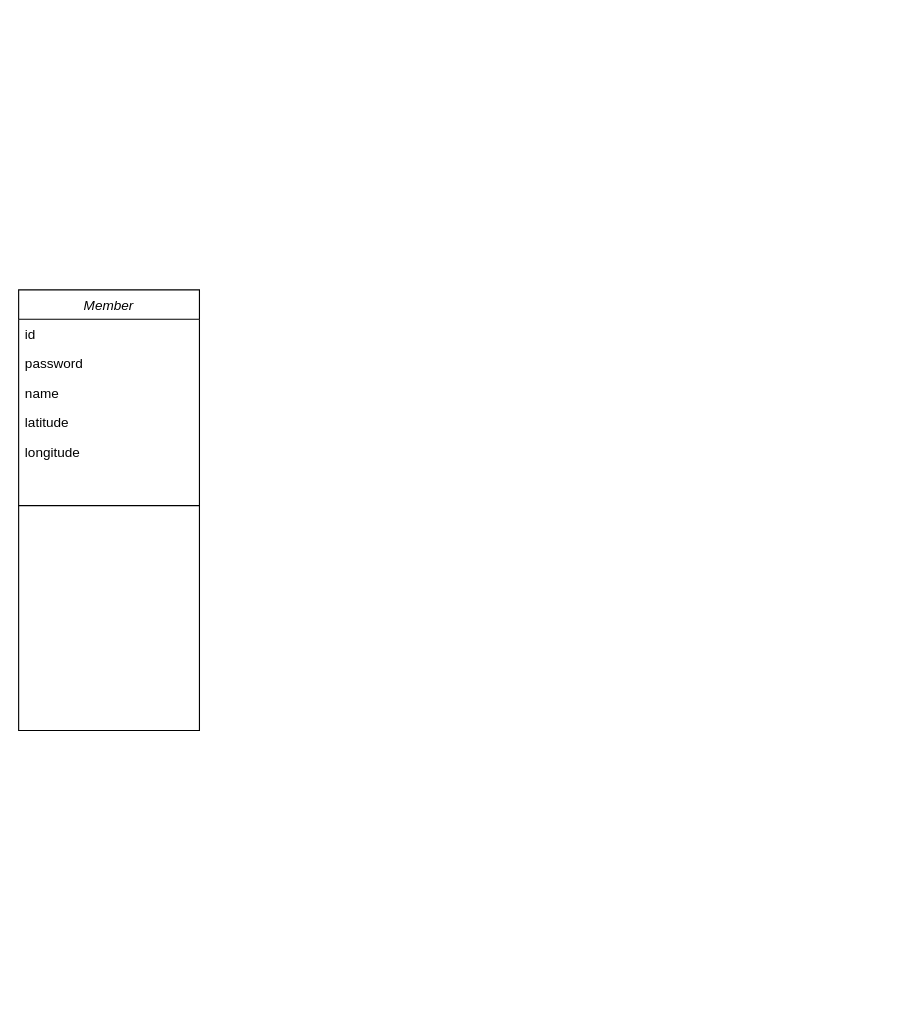
LimHyeji/Trip_YouthBath keeps this draw.io diagram as diagram/class/EnjoyTrip.drawio. Above is the earlier version. Source tidied: cells renumbered, new cells numbered last; positions are measured from the earlier drawing's top-left corner, leaving out a move shared by most shapes. Both pictures are drawn from the tidied source at 113%, with x=0, y=0 at pixel (18, 289).
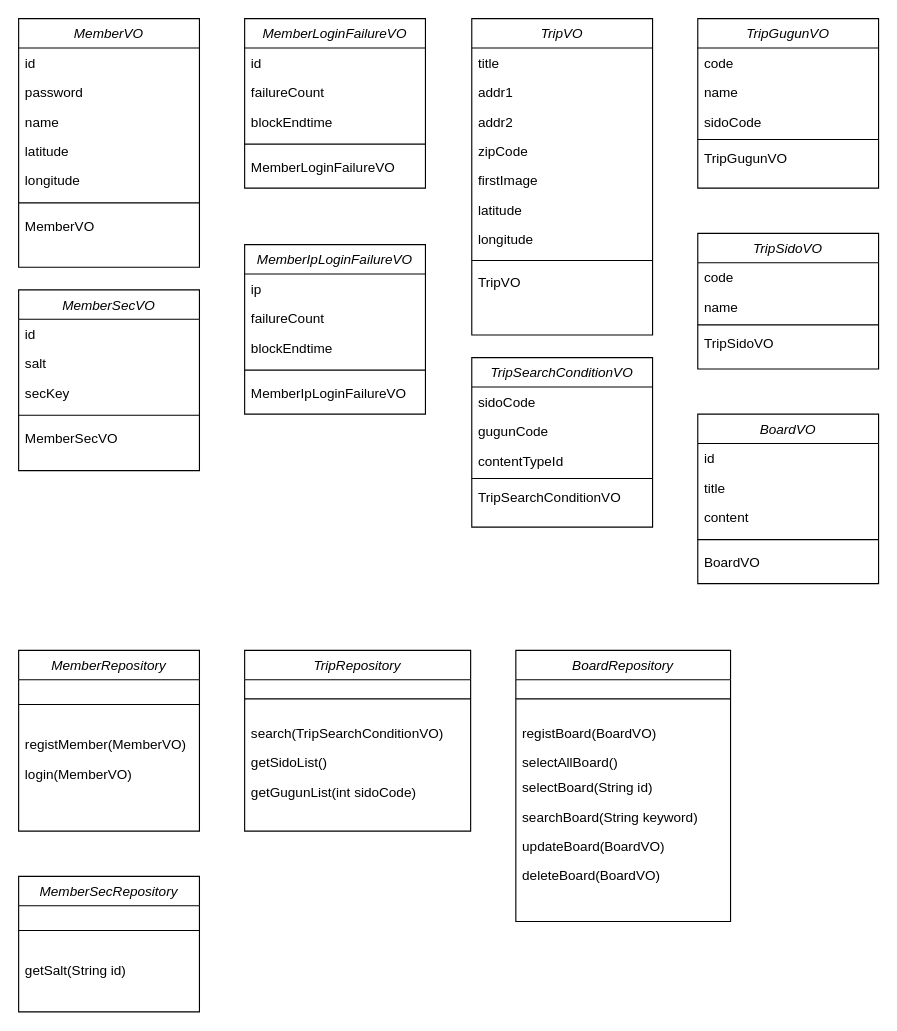
Above is the later version.

Diff of the diagram source:
```diff
@@
-    <mxCell id="2" value="Member" style="swimlane;fontStyle=2;align=center;verticalAlign=top;horizontal=1;startSize=26;rounded=0;shadow=0;strokeWidth=1;" parent="1" vertex="1">
-      <mxGeometry width="160" height="390" as="geometry" />
+    <mxCell id="2" value="MemberSecVO" style="swimlane;fontStyle=2;align=center;verticalAlign=top;horizontal=1;startSize=26;rounded=0;shadow=0;strokeWidth=1;" parent="1" vertex="1">
+      <mxGeometry width="160" height="160" as="geometry" />
     </mxCell>
@@
-    <mxCell id="4" value="password" style="text;align=left;verticalAlign=top;spacingLeft=4;spacingRight=4;overflow=hidden;rounded=0;shadow=0;html=0;" parent="2" vertex="1">
+    <mxCell id="4" value="salt" style="text;align=left;verticalAlign=top;spacingLeft=4;spacingRight=4;overflow=hidden;rounded=0;shadow=0;html=0;" parent="2" vertex="1">
       <mxGeometry y="52" width="160" height="26" as="geometry" />
     </mxCell>
-    <mxCell id="5" value="name" style="text;align=left;verticalAlign=top;spacingLeft=4;spacingRight=4;overflow=hidden;rounded=0;shadow=0;html=0;" parent="2" vertex="1">
+    <mxCell id="5" value="secKey" style="text;align=left;verticalAlign=top;spacingLeft=4;spacingRight=4;overflow=hidden;rounded=0;shadow=0;html=0;" parent="2" vertex="1">
       <mxGeometry y="78" width="160" height="26" as="geometry" />
     </mxCell>
+    <mxCell id="8" style="line;html=1;strokeWidth=1;align=left;verticalAlign=middle;spacingTop=-1;spacingLeft=3;spacingRight=3;labelPosition=right;" parent="2" vertex="1">
+      <mxGeometry y="104" width="160" height="14" as="geometry" />
+    </mxCell>
+    <mxCell id="9" value="MemberSecVO" style="text;align=left;verticalAlign=top;spacingLeft=4;spacingRight=4;overflow=hidden;rounded=0;shadow=0;html=0;" parent="2" vertex="1">
+      <mxGeometry y="118" width="160" height="26" as="geometry" />
+    </mxCell>
+    <mxCell id="10" value="TripVO" style="swimlane;fontStyle=2;align=center;verticalAlign=top;horizontal=1;startSize=26;rounded=0;shadow=0;strokeWidth=1;" parent="1" vertex="1">
+      <mxGeometry x="401" y="-240" width="160" height="280" as="geometry" />
+    </mxCell>
+    <mxCell id="11" value="title" style="text;align=left;verticalAlign=top;spacingLeft=4;spacingRight=4;overflow=hidden;" parent="10" vertex="1">
+      <mxGeometry y="26" width="160" height="26" as="geometry" />
+    </mxCell>
+    <mxCell id="12" value="addr1" style="text;align=left;verticalAlign=top;spacingLeft=4;spacingRight=4;overflow=hidden;rounded=0;shadow=0;html=0;" parent="10" vertex="1">
+      <mxGeometry y="52" width="160" height="26" as="geometry" />
+    </mxCell>
+    <mxCell id="13" value="addr2" style="text;align=left;verticalAlign=top;spacingLeft=4;spacingRight=4;overflow=hidden;rounded=0;shadow=0;html=0;" parent="10" vertex="1">
+      <mxGeometry y="78" width="160" height="26" as="geometry" />
+    </mxCell>
+    <mxCell id="14" value="zipCode" style="text;align=left;verticalAlign=top;spacingLeft=4;spacingRight=4;overflow=hidden;rounded=0;shadow=0;html=0;fontStyle=0;" parent="10" vertex="1">
+      <mxGeometry y="104" width="160" height="26" as="geometry" />
+    </mxCell>
+    <mxCell id="15" value="firstImage" style="text;align=left;verticalAlign=top;spacingLeft=4;spacingRight=4;overflow=hidden;rounded=0;shadow=0;html=0;fontStyle=0;" parent="10" vertex="1">
+      <mxGeometry y="130" width="160" height="26" as="geometry" />
+    </mxCell>
+    <mxCell id="16" value="latitude" style="text;align=left;verticalAlign=top;spacingLeft=4;spacingRight=4;overflow=hidden;rounded=0;shadow=0;html=0;" parent="10" vertex="1">
+      <mxGeometry y="156" width="160" height="26" as="geometry" />
+    </mxCell>
+    <mxCell id="17" value="longitude" style="text;align=left;verticalAlign=top;spacingLeft=4;spacingRight=4;overflow=hidden;rounded=0;shadow=0;html=0;fontStyle=0;" parent="10" vertex="1">
+      <mxGeometry y="182" width="160" height="26" as="geometry" />
+    </mxCell>
+    <mxCell id="18" style="line;html=1;strokeWidth=1;align=left;verticalAlign=middle;spacingTop=-1;spacingLeft=3;spacingRight=3;labelPosition=right;" parent="10" vertex="1">
+      <mxGeometry y="208" width="160" height="12" as="geometry" />
+    </mxCell>
+    <mxCell id="19" value="TripVO" style="text;align=left;verticalAlign=top;spacingLeft=4;spacingRight=4;overflow=hidden;rounded=0;shadow=0;html=0;fontStyle=0;" parent="10" vertex="1">
+      <mxGeometry y="220" width="160" height="26" as="geometry" />
+    </mxCell>
+    <mxCell id="20" value="BoardVO" style="swimlane;fontStyle=2;align=center;verticalAlign=top;horizontal=1;startSize=26;rounded=0;shadow=0;strokeWidth=1;" parent="1" vertex="1">
+      <mxGeometry x="601" y="110" width="160" height="150" as="geometry" />
+    </mxCell>
+    <mxCell id="21" value="id" style="text;align=left;verticalAlign=top;spacingLeft=4;spacingRight=4;overflow=hidden;" parent="20" vertex="1">
+      <mxGeometry y="26" width="160" height="26" as="geometry" />
+    </mxCell>
+    <mxCell id="22" value="title" style="text;align=left;verticalAlign=top;spacingLeft=4;spacingRight=4;overflow=hidden;rounded=0;shadow=0;html=0;" parent="20" vertex="1">
+      <mxGeometry y="52" width="160" height="26" as="geometry" />
+    </mxCell>
+    <mxCell id="23" value="content" style="text;align=left;verticalAlign=top;spacingLeft=4;spacingRight=4;overflow=hidden;rounded=0;shadow=0;html=0;" parent="20" vertex="1">
+      <mxGeometry y="78" width="160" height="26" as="geometry" />
+    </mxCell>
+    <mxCell id="24" style="line;html=1;strokeWidth=1;align=left;verticalAlign=middle;spacingTop=-1;spacingLeft=3;spacingRight=3;labelPosition=right;" parent="20" vertex="1">
+      <mxGeometry y="104" width="160" height="14" as="geometry" />
+    </mxCell>
+    <mxCell id="25" value="BoardVO" style="text;align=left;verticalAlign=top;spacingLeft=4;spacingRight=4;overflow=hidden;rounded=0;shadow=0;html=0;" parent="20" vertex="1">
+      <mxGeometry y="118" width="160" height="26" as="geometry" />
+    </mxCell>
+    <mxCell id="26" value="MemberRepository" style="swimlane;fontStyle=2;align=center;verticalAlign=top;horizontal=1;startSize=26;rounded=0;shadow=0;strokeWidth=1;" parent="1" vertex="1">
+      <mxGeometry y="319" width="160" height="160" as="geometry" />
+    </mxCell>
+    <mxCell id="27" style="line;html=1;strokeWidth=1;align=left;verticalAlign=middle;spacingTop=-1;spacingLeft=3;spacingRight=3;labelPosition=right;" parent="26" vertex="1">
+      <mxGeometry y="26" width="160" height="44" as="geometry" />
+    </mxCell>
+    <mxCell id="28" value="registMember(MemberVO)" style="text;align=left;verticalAlign=top;spacingLeft=4;spacingRight=4;overflow=hidden;" parent="26" vertex="1">
+      <mxGeometry y="70" width="160" height="26" as="geometry" />
+    </mxCell>
+    <mxCell id="29" value="login(MemberVO)" style="text;align=left;verticalAlign=top;spacingLeft=4;spacingRight=4;overflow=hidden;" parent="26" vertex="1">
+      <mxGeometry y="96" width="160" height="26" as="geometry" />
+    </mxCell>
+    <mxCell id="30" value="TripRepository" style="swimlane;fontStyle=2;align=center;verticalAlign=top;horizontal=1;startSize=26;rounded=0;shadow=0;strokeWidth=1;" parent="1" vertex="1">
+      <mxGeometry x="200" y="319" width="200" height="160" as="geometry" />
+    </mxCell>
+    <mxCell id="31" style="line;html=1;strokeWidth=1;align=left;verticalAlign=middle;spacingTop=-1;spacingLeft=3;spacingRight=3;labelPosition=right;" parent="30" vertex="1">
+      <mxGeometry y="26" width="200" height="34" as="geometry" />
+    </mxCell>
+    <mxCell id="32" value="search(TripSearchConditionVO)" style="text;align=left;verticalAlign=top;spacingLeft=4;spacingRight=4;overflow=hidden;" parent="30" vertex="1">
+      <mxGeometry y="60" width="200" height="26" as="geometry" />
+    </mxCell>
+    <mxCell id="33" value="getSidoList()" style="text;align=left;verticalAlign=top;spacingLeft=4;spacingRight=4;overflow=hidden;" parent="30" vertex="1">
+      <mxGeometry y="86" width="200" height="26" as="geometry" />
+    </mxCell>
+    <mxCell id="34" value="getGugunList(int sidoCode)" style="text;align=left;verticalAlign=top;spacingLeft=4;spacingRight=4;overflow=hidden;" parent="30" vertex="1">
+      <mxGeometry y="112" width="200" height="26" as="geometry" />
+    </mxCell>
+    <mxCell id="35" value="BoardRepository" style="swimlane;fontStyle=2;align=center;verticalAlign=top;horizontal=1;startSize=26;rounded=0;shadow=0;strokeWidth=1;" parent="1" vertex="1">
+      <mxGeometry x="440" y="319" width="190" height="240" as="geometry" />
+    </mxCell>
+    <mxCell id="36" style="line;html=1;strokeWidth=1;align=left;verticalAlign=middle;spacingTop=-1;spacingLeft=3;spacingRight=3;labelPosition=right;" parent="35" vertex="1">
+      <mxGeometry y="26" width="190" height="34" as="geometry" />
+    </mxCell>
+    <mxCell id="37" value="registBoard(BoardVO)" style="text;align=left;verticalAlign=top;spacingLeft=4;spacingRight=4;overflow=hidden;" parent="35" vertex="1">
+      <mxGeometry y="60" width="190" height="26" as="geometry" />
+    </mxCell>
+    <mxCell id="38" value="selectAllBoard()" style="text;align=left;verticalAlign=top;spacingLeft=4;spacingRight=4;overflow=hidden;" parent="35" vertex="1">
+      <mxGeometry y="86" width="190" height="22" as="geometry" />
+    </mxCell>
+    <mxCell id="39" value="selectBoard(String id)" style="text;align=left;verticalAlign=top;spacingLeft=4;spacingRight=4;overflow=hidden;" parent="35" vertex="1">
+      <mxGeometry y="108" width="190" height="26" as="geometry" />
+    </mxCell>
+    <mxCell id="40" value="searchBoard(String keyword)" style="text;align=left;verticalAlign=top;spacingLeft=4;spacingRight=4;overflow=hidden;" parent="35" vertex="1">
+      <mxGeometry y="134" width="190" height="26" as="geometry" />
+    </mxCell>
+    <mxCell id="41" value="updateBoard(BoardVO)" style="text;align=left;verticalAlign=top;spacingLeft=4;spacingRight=4;overflow=hidden;" parent="35" vertex="1">
+      <mxGeometry y="160" width="190" height="26" as="geometry" />
+    </mxCell>
+    <mxCell id="42" value="deleteBoard(BoardVO)" style="text;align=left;verticalAlign=top;spacingLeft=4;spacingRight=4;overflow=hidden;" parent="35" vertex="1">
+      <mxGeometry y="186" width="190" height="22" as="geometry" />
+    </mxCell>
+    <mxCell id="43" value="TripSearchConditionVO" style="swimlane;fontStyle=2;align=center;verticalAlign=top;horizontal=1;startSize=26;rounded=0;shadow=0;strokeWidth=1;" parent="1" vertex="1">
+      <mxGeometry x="401" y="60" width="160" height="150" as="geometry" />
+    </mxCell>
+    <mxCell id="44" value="sidoCode" style="text;align=left;verticalAlign=top;spacingLeft=4;spacingRight=4;overflow=hidden;" parent="43" vertex="1">
+      <mxGeometry y="26" width="160" height="26" as="geometry" />
+    </mxCell>
+    <mxCell id="45" value="gugunCode" style="text;align=left;verticalAlign=top;spacingLeft=4;spacingRight=4;overflow=hidden;rounded=0;shadow=0;html=0;" parent="43" vertex="1">
+      <mxGeometry y="52" width="160" height="26" as="geometry" />
+    </mxCell>
+    <mxCell id="46" value="contentTypeId" style="text;align=left;verticalAlign=top;spacingLeft=4;spacingRight=4;overflow=hidden;rounded=0;shadow=0;html=0;" parent="43" vertex="1">
+      <mxGeometry y="78" width="160" height="26" as="geometry" />
+    </mxCell>
+    <mxCell id="47" style="line;html=1;strokeWidth=1;align=left;verticalAlign=middle;spacingTop=-1;spacingLeft=3;spacingRight=3;labelPosition=right;" parent="43" vertex="1">
+      <mxGeometry y="104" width="160" height="6" as="geometry" />
+    </mxCell>
+    <mxCell id="48" value="TripSearchConditionVO" style="text;align=left;verticalAlign=top;spacingLeft=4;spacingRight=4;overflow=hidden;rounded=0;shadow=0;html=0;" parent="43" vertex="1">
+      <mxGeometry y="110" width="160" height="26" as="geometry" />
+    </mxCell>
+    <mxCell id="49" value="TripGugunVO" style="swimlane;fontStyle=2;align=center;verticalAlign=top;horizontal=1;startSize=26;rounded=0;shadow=0;strokeWidth=1;" parent="1" vertex="1">
+      <mxGeometry x="601" y="-240" width="160" height="150" as="geometry" />
+    </mxCell>
+    <mxCell id="50" value="code" style="text;align=left;verticalAlign=top;spacingLeft=4;spacingRight=4;overflow=hidden;" parent="49" vertex="1">
+      <mxGeometry y="26" width="160" height="26" as="geometry" />
+    </mxCell>
+    <mxCell id="51" value="name" style="text;align=left;verticalAlign=top;spacingLeft=4;spacingRight=4;overflow=hidden;rounded=0;shadow=0;html=0;" parent="49" vertex="1">
+      <mxGeometry y="52" width="160" height="26" as="geometry" />
+    </mxCell>
+    <mxCell id="52" value="sidoCode" style="text;align=left;verticalAlign=top;spacingLeft=4;spacingRight=4;overflow=hidden;rounded=0;shadow=0;html=0;" parent="49" vertex="1">
+      <mxGeometry y="78" width="160" height="26" as="geometry" />
+    </mxCell>
+    <mxCell id="53" style="line;html=1;strokeWidth=1;align=left;verticalAlign=middle;spacingTop=-1;spacingLeft=3;spacingRight=3;labelPosition=right;" parent="49" vertex="1">
+      <mxGeometry y="104" width="160" height="6" as="geometry" />
+    </mxCell>
+    <mxCell id="54" value="TripGugunVO" style="text;align=left;verticalAlign=top;spacingLeft=4;spacingRight=4;overflow=hidden;rounded=0;shadow=0;html=0;" parent="49" vertex="1">
+      <mxGeometry y="110" width="160" height="26" as="geometry" />
+    </mxCell>
+    <mxCell id="55" value="TripSidoVO" style="swimlane;fontStyle=2;align=center;verticalAlign=top;horizontal=1;startSize=26;rounded=0;shadow=0;strokeWidth=1;" parent="1" vertex="1">
+      <mxGeometry x="601" y="-50" width="160" height="120" as="geometry" />
+    </mxCell>
+    <mxCell id="56" value="code" style="text;align=left;verticalAlign=top;spacingLeft=4;spacingRight=4;overflow=hidden;" parent="55" vertex="1">
+      <mxGeometry y="26" width="160" height="26" as="geometry" />
+    </mxCell>
+    <mxCell id="57" value="name" style="text;align=left;verticalAlign=top;spacingLeft=4;spacingRight=4;overflow=hidden;rounded=0;shadow=0;html=0;" parent="55" vertex="1">
+      <mxGeometry y="52" width="160" height="26" as="geometry" />
+    </mxCell>
+    <mxCell id="58" style="line;html=1;strokeWidth=1;align=left;verticalAlign=middle;spacingTop=-1;spacingLeft=3;spacingRight=3;labelPosition=right;" parent="55" vertex="1">
+      <mxGeometry y="78" width="160" height="6" as="geometry" />
+    </mxCell>
+    <mxCell id="59" value="TripSidoVO" style="text;align=left;verticalAlign=top;spacingLeft=4;spacingRight=4;overflow=hidden;rounded=0;shadow=0;html=0;" parent="55" vertex="1">
+      <mxGeometry y="84" width="160" height="26" as="geometry" />
+    </mxCell>
+    <mxCell id="60" value="MemberVO" style="swimlane;fontStyle=2;align=center;verticalAlign=top;horizontal=1;startSize=26;rounded=0;shadow=0;strokeWidth=1;" parent="1" vertex="1">
+      <mxGeometry y="-240" width="160" height="220" as="geometry" />
+    </mxCell>
+    <mxCell id="61" value="id" style="text;align=left;verticalAlign=top;spacingLeft=4;spacingRight=4;overflow=hidden;" parent="60" vertex="1">
+      <mxGeometry y="26" width="160" height="26" as="geometry" />
+    </mxCell>
+    <mxCell id="62" value="password" style="text;align=left;verticalAlign=top;spacingLeft=4;spacingRight=4;overflow=hidden;rounded=0;shadow=0;html=0;" parent="60" vertex="1">
+      <mxGeometry y="52" width="160" height="26" as="geometry" />
+    </mxCell>
+    <mxCell id="63" value="name" style="text;align=left;verticalAlign=top;spacingLeft=4;spacingRight=4;overflow=hidden;rounded=0;shadow=0;html=0;" parent="60" vertex="1">
+      <mxGeometry y="78" width="160" height="26" as="geometry" />
+    </mxCell>
-    <mxCell id="6" value="latitude" style="text;align=left;verticalAlign=top;spacingLeft=4;spacingRight=4;overflow=hidden;rounded=0;shadow=0;html=0;" parent="2" vertex="1">
+    <mxCell id="6" value="latitude" style="text;align=left;verticalAlign=top;spacingLeft=4;spacingRight=4;overflow=hidden;rounded=0;shadow=0;html=0;" parent="60" vertex="1">
       <mxGeometry y="104" width="160" height="26" as="geometry" />
     </mxCell>
-    <mxCell id="7" value="longitude" style="text;align=left;verticalAlign=top;spacingLeft=4;spacingRight=4;overflow=hidden;rounded=0;shadow=0;html=0;" parent="2" vertex="1">
+    <mxCell id="7" value="longitude" style="text;align=left;verticalAlign=top;spacingLeft=4;spacingRight=4;overflow=hidden;rounded=0;shadow=0;html=0;" parent="60" vertex="1">
       <mxGeometry y="130" width="160" height="26" as="geometry" />
     </mxCell>
-    <mxCell id="8" style="line;html=1;strokeWidth=1;align=left;verticalAlign=middle;spacingTop=-1;spacingLeft=3;spacingRight=3;labelPosition=right;" parent="2" vertex="1">
-      <mxGeometry y="156" width="160" height="70" as="geometry" />
-    </mxCell>
+    <mxCell id="64" style="line;html=1;strokeWidth=1;align=left;verticalAlign=middle;spacingTop=-1;spacingLeft=3;spacingRight=3;labelPosition=right;" parent="60" vertex="1">
+      <mxGeometry y="156" width="160" height="14" as="geometry" />
+    </mxCell>
+    <mxCell id="65" value="MemberVO" style="text;align=left;verticalAlign=top;spacingLeft=4;spacingRight=4;overflow=hidden;rounded=0;shadow=0;html=0;" parent="60" vertex="1">
+      <mxGeometry y="170" width="160" height="26" as="geometry" />
+    </mxCell>
+    <mxCell id="66" value="MemberLoginFailureVO" style="swimlane;fontStyle=2;align=center;verticalAlign=top;horizontal=1;startSize=26;rounded=0;shadow=0;strokeWidth=1;" parent="1" vertex="1">
+      <mxGeometry x="200" y="-240" width="160" height="150" as="geometry" />
+    </mxCell>
+    <mxCell id="67" value="id" style="text;align=left;verticalAlign=top;spacingLeft=4;spacingRight=4;overflow=hidden;" parent="66" vertex="1">
+      <mxGeometry y="26" width="160" height="26" as="geometry" />
+    </mxCell>
+    <mxCell id="68" value="failureCount" style="text;align=left;verticalAlign=top;spacingLeft=4;spacingRight=4;overflow=hidden;rounded=0;shadow=0;html=0;" parent="66" vertex="1">
+      <mxGeometry y="52" width="160" height="26" as="geometry" />
+    </mxCell>
+    <mxCell id="69" value="blockEndtime" style="text;align=left;verticalAlign=top;spacingLeft=4;spacingRight=4;overflow=hidden;rounded=0;shadow=0;html=0;" parent="66" vertex="1">
+      <mxGeometry y="78" width="160" height="26" as="geometry" />
+    </mxCell>
+    <mxCell id="70" style="line;html=1;strokeWidth=1;align=left;verticalAlign=middle;spacingTop=-1;spacingLeft=3;spacingRight=3;labelPosition=right;" parent="66" vertex="1">
+      <mxGeometry y="104" width="160" height="14" as="geometry" />
+    </mxCell>
+    <mxCell id="71" value="MemberLoginFailureVO" style="text;align=left;verticalAlign=top;spacingLeft=4;spacingRight=4;overflow=hidden;rounded=0;shadow=0;html=0;" parent="66" vertex="1">
+      <mxGeometry y="118" width="160" height="26" as="geometry" />
+    </mxCell>
+    <mxCell id="72" value="MemberIpLoginFailureVO" style="swimlane;fontStyle=2;align=center;verticalAlign=top;horizontal=1;startSize=26;rounded=0;shadow=0;strokeWidth=1;" parent="1" vertex="1">
+      <mxGeometry x="200" y="-40" width="160" height="150" as="geometry" />
+    </mxCell>
+    <mxCell id="73" value="ip" style="text;align=left;verticalAlign=top;spacingLeft=4;spacingRight=4;overflow=hidden;" parent="72" vertex="1">
+      <mxGeometry y="26" width="160" height="26" as="geometry" />
+    </mxCell>
+    <mxCell id="74" value="failureCount" style="text;align=left;verticalAlign=top;spacingLeft=4;spacingRight=4;overflow=hidden;rounded=0;shadow=0;html=0;" parent="72" vertex="1">
+      <mxGeometry y="52" width="160" height="26" as="geometry" />
+    </mxCell>
+    <mxCell id="75" value="blockEndtime" style="text;align=left;verticalAlign=top;spacingLeft=4;spacingRight=4;overflow=hidden;rounded=0;shadow=0;html=0;" parent="72" vertex="1">
+      <mxGeometry y="78" width="160" height="26" as="geometry" />
+    </mxCell>
+    <mxCell id="76" style="line;html=1;strokeWidth=1;align=left;verticalAlign=middle;spacingTop=-1;spacingLeft=3;spacingRight=3;labelPosition=right;" parent="72" vertex="1">
+      <mxGeometry y="104" width="160" height="14" as="geometry" />
+    </mxCell>
+    <mxCell id="77" value="MemberIpLoginFailureVO" style="text;align=left;verticalAlign=top;spacingLeft=4;spacingRight=4;overflow=hidden;rounded=0;shadow=0;html=0;" parent="72" vertex="1">
+      <mxGeometry y="118" width="160" height="26" as="geometry" />
+    </mxCell>
+    <mxCell id="78" value="MemberSecRepository" style="swimlane;fontStyle=2;align=center;verticalAlign=top;horizontal=1;startSize=26;rounded=0;shadow=0;strokeWidth=1;" parent="1" vertex="1">
+      <mxGeometry y="519" width="160" height="120" as="geometry" />
+    </mxCell>
+    <mxCell id="79" style="line;html=1;strokeWidth=1;align=left;verticalAlign=middle;spacingTop=-1;spacingLeft=3;spacingRight=3;labelPosition=right;" parent="78" vertex="1">
+      <mxGeometry y="26" width="160" height="44" as="geometry" />
+    </mxCell>
+    <mxCell id="80" value="getSalt(String id)" style="text;align=left;verticalAlign=top;spacingLeft=4;spacingRight=4;overflow=hidden;" parent="78" vertex="1">
+      <mxGeometry y="70" width="160" height="26" as="geometry" />
+    </mxCell>
```
